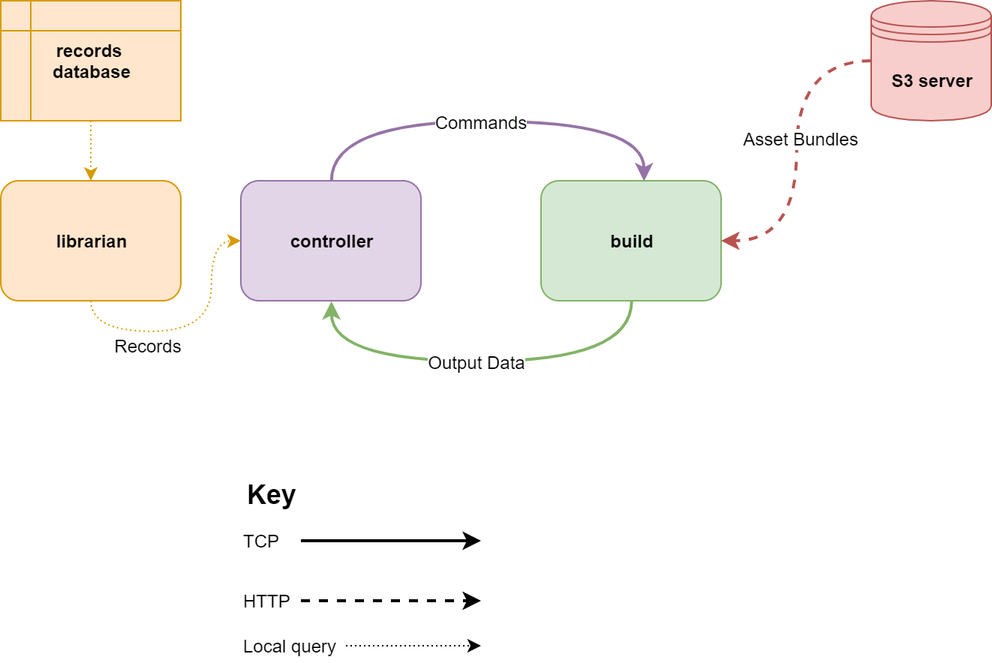
Before: Documentation/images/network.png, a diagram exported from draw.io (threedworld-mit/tdw). Source tidied: cells renumbered, new cells last; positions are measured from the earlier drawing's top-left corner, leaving out a move shared by most shapes.
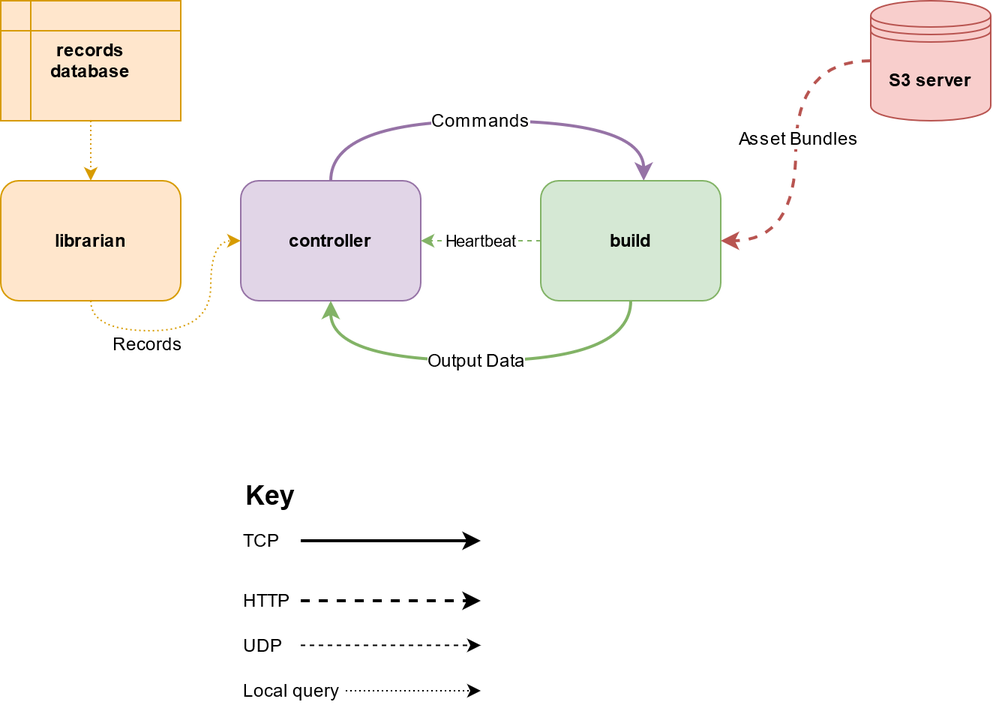
Above is the later version.

Commit message:
Added UDP heartbeat

Diff of the diagram source:
```diff
@@ -27,6 +27,14 @@
     <mxCell id="6" value="Output Data" style="text;html=1;align=center;verticalAlign=middle;labelBackgroundColor=#ffffff;" parent="5" vertex="1">
       <mxGeometry x="0.03" relative="1" as="geometry" />
     </mxCell>
+    <mxCell id="23" style="edgeStyle=orthogonalEdgeStyle;rounded=0;jettySize=auto;html=1;exitX=0;exitY=0.5;exitDx=0;exitDy=0;dashed=1;fillColor=#d5e8d4;strokeColor=#82b366;" parent="1" edge="1" source="7" target="4">
+      <mxGeometry relative="1" as="geometry" />
+    </mxCell>
+    <mxCell id="24" value="Heartbeat" style="edgeLabel;html=1;align=center;verticalAlign=middle;" parent="23" vertex="1">
+      <mxGeometry x="0.25" relative="1" as="geometry">
+        <mxPoint x="10" as="offset" />
+      </mxGeometry>
+    </mxCell>
     <mxCell id="7" value="build" style="rounded=1;whiteSpace=wrap;html=1;fillColor=#d5e8d4;strokeColor=#82b366;fontStyle=1;" parent="1" vertex="1">
       <mxGeometry x="360" y="120" width="120" height="80" as="geometry" />
     </mxCell>
@@ -61,11 +69,11 @@
       <mxGeometry x="160" y="390" width="40" height="20" as="geometry" />
     </mxCell>
     <mxCell id="16" value="Local query" style="text;html=1;strokeColor=none;fillColor=none;align=left;verticalAlign=middle;whiteSpace=wrap;rounded=0;" parent="1" vertex="1">
-      <mxGeometry x="160" y="420" width="70" height="20" as="geometry" />
+      <mxGeometry x="160" y="450" width="70" height="20" as="geometry" />
     </mxCell>
     <mxCell id="17" style="endArrow=classic;html=1;dashed=1;dashPattern=1 2;endFill=1;exitX=1;exitY=0.5;exitDx=0;exitDy=0;" parent="1" edge="1" source="16">
       <mxGeometry relative="1" as="geometry">
-        <mxPoint x="320" y="430" as="targetPoint" />
+        <mxPoint x="320" y="460" as="targetPoint" />
       </mxGeometry>
     </mxCell>
     <mxCell id="18" style="edgeStyle=orthogonalEdgeStyle;curved=1;jettySize=auto;html=1;exitX=0.5;exitY=1;exitDx=0;exitDy=0;entryX=0;entryY=0.5;entryDx=0;entryDy=0;dashed=1;dashPattern=1 2;endArrow=classic;endFill=1;strokeWidth=1;fillColor=#ffe6cc;strokeColor=#d79b00;" parent="1" edge="1" source="22" target="4">
@@ -83,5 +91,14 @@
     <mxCell id="22" value="librarian" style="rounded=1;whiteSpace=wrap;html=1;fillColor=#ffe6cc;strokeColor=#d79b00;fontStyle=1;" parent="1" vertex="1">
       <mxGeometry y="120" width="120" height="80" as="geometry" />
     </mxCell>
+    <mxCell id="25" style="endArrow=classic;html=1;dashed=1;strokeWidth=1;" parent="1" edge="1">
+      <mxGeometry relative="1" as="geometry">
+        <mxPoint x="200" y="429.7" as="sourcePoint" />
+        <mxPoint x="320" y="429.7" as="targetPoint" />
+      </mxGeometry>
+    </mxCell>
+    <mxCell id="26" value="UDP" style="text;html=1;strokeColor=none;fillColor=none;align=left;verticalAlign=middle;whiteSpace=wrap;rounded=0;" parent="1" vertex="1">
+      <mxGeometry x="160" y="420" width="40" height="20" as="geometry" />
+    </mxCell>
   </root>
 </mxGraphModel>
```
